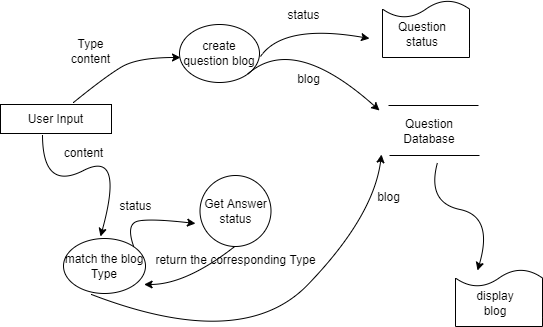
Above: Report/pic/DFD/User_upload_answer.png in Pengxiang-Huang/CSC4001_Project (draw.io), before the change. Source tidied: cells renumbered, new cells last; positions are measured from the earlier drawing's top-left corner, leaving out a move shared by most shapes. Its diagram source:
```xml
<mxGraphModel background="#ffffff">
  <root>
    <mxCell id="0" />
    <mxCell id="1" parent="0" />
    <mxCell id="2" value="User Input" style="rounded=0;whiteSpace=wrap;html=1;" parent="1" vertex="1">
      <mxGeometry y="104" width="111" height="29" as="geometry" />
    </mxCell>
    <mxCell id="3" style="curved=1;endArrow=classic;html=1;rounded=0;" parent="1" edge="1">
      <mxGeometry relative="1" as="geometry">
        <mxPoint x="73" y="102" as="sourcePoint" />
        <mxPoint x="180" y="57" as="targetPoint" />
        <Array as="points">
          <mxPoint x="105" y="76" />
          <mxPoint x="137" y="57" />
        </Array>
      </mxGeometry>
    </mxCell>
    <mxCell id="4" value="Type&lt;br&gt;content" style="text;html=1;align=center;verticalAlign=middle;strokeColor=none;fillColor=none;" parent="1" vertex="1">
      <mxGeometry x="65" y="35" width="49" height="32" as="geometry" />
    </mxCell>
    <mxCell id="5" value="create question blog" style="ellipse;whiteSpace=wrap;html=1;" parent="1" vertex="1">
      <mxGeometry x="179" y="24" width="80" height="58" as="geometry" />
    </mxCell>
    <mxCell id="6" style="curved=1;endArrow=classic;html=1;rounded=0;" parent="1" edge="1">
      <mxGeometry relative="1" as="geometry">
        <mxPoint x="260" y="56" as="sourcePoint" />
        <mxPoint x="369" y="38" as="targetPoint" />
        <Array as="points">
          <mxPoint x="283" y="23" />
        </Array>
      </mxGeometry>
    </mxCell>
    <mxCell id="7" value="status" style="text;html=1;align=center;verticalAlign=middle;strokeColor=none;fillColor=none;" parent="1" vertex="1">
      <mxGeometry x="282" y="6" width="42" height="18" as="geometry" />
    </mxCell>
    <mxCell id="8" style="curved=1;endArrow=classic;html=1;rounded=0;exitX=1;exitY=1;exitDx=0;exitDy=0;" parent="1" edge="1" source="5">
      <mxGeometry relative="1" as="geometry">
        <mxPoint x="379" y="110" as="targetPoint" />
        <Array as="points">
          <mxPoint x="293" y="33" />
        </Array>
      </mxGeometry>
    </mxCell>
    <mxCell id="9" value="blog" style="text;html=1;align=center;verticalAlign=middle;strokeColor=none;fillColor=none;" parent="1" vertex="1">
      <mxGeometry x="291" y="70" width="33" height="18" as="geometry" />
    </mxCell>
    <mxCell id="10" style="curved=1;endArrow=classic;html=1;rounded=0;" parent="1" edge="1">
      <mxGeometry relative="1" as="geometry">
        <mxPoint x="437" y="162" as="sourcePoint" />
        <mxPoint x="477" y="270" as="targetPoint" />
        <Array as="points">
          <mxPoint x="426" y="202" />
          <mxPoint x="493" y="216" />
        </Array>
      </mxGeometry>
    </mxCell>
    <mxCell id="11" style="curved=1;endArrow=classic;html=1;rounded=0;" parent="1" edge="1">
      <mxGeometry relative="1" as="geometry">
        <mxPoint x="42" y="134" as="sourcePoint" />
        <mxPoint x="100" y="236" as="targetPoint" />
        <Array as="points">
          <mxPoint x="42" y="191" />
          <mxPoint x="124" y="149" />
        </Array>
      </mxGeometry>
    </mxCell>
    <mxCell id="12" value="content" style="text;html=1;align=center;verticalAlign=middle;strokeColor=none;fillColor=none;" parent="1" vertex="1">
      <mxGeometry x="58" y="144" width="49" height="18" as="geometry" />
    </mxCell>
    <mxCell id="13" value="match the blog Type" style="ellipse;whiteSpace=wrap;html=1;" parent="1" vertex="1">
      <mxGeometry x="63" y="238" width="82" height="55" as="geometry" />
    </mxCell>
    <mxCell id="14" style="curved=1;endArrow=classic;html=1;rounded=0;exitX=1;exitY=0;exitDx=0;exitDy=0;" parent="1" edge="1" source="13">
      <mxGeometry relative="1" as="geometry">
        <mxPoint x="195" y="223" as="targetPoint" />
        <Array as="points">
          <mxPoint x="125" y="223" />
          <mxPoint x="151" y="218" />
        </Array>
      </mxGeometry>
    </mxCell>
    <mxCell id="15" value="status" style="text;html=1;align=center;verticalAlign=middle;strokeColor=none;fillColor=none;" parent="1" vertex="1">
      <mxGeometry x="114" y="197" width="42" height="18" as="geometry" />
    </mxCell>
    <mxCell id="16" style="curved=1;endArrow=classic;html=1;rounded=0;entryX=0.983;entryY=0.836;entryDx=0;entryDy=0;entryPerimeter=0;" parent="1" edge="1" target="13">
      <mxGeometry relative="1" as="geometry">
        <mxPoint x="238" y="243" as="sourcePoint" />
        <Array as="points">
          <mxPoint x="187" y="284" />
        </Array>
      </mxGeometry>
    </mxCell>
    <mxCell id="17" value="return the corresponding Type" style="text;html=1;align=center;verticalAlign=middle;strokeColor=none;fillColor=none;" parent="1" vertex="1">
      <mxGeometry x="150" y="251" width="170" height="18" as="geometry" />
    </mxCell>
    <mxCell id="18" style="curved=1;endArrow=classic;html=1;rounded=0;" parent="1" edge="1">
      <mxGeometry relative="1" as="geometry">
        <mxPoint x="91" y="294" as="sourcePoint" />
        <mxPoint x="381" y="154" as="targetPoint" />
        <Array as="points">
          <mxPoint x="242" y="352" />
          <mxPoint x="373" y="216" />
        </Array>
      </mxGeometry>
    </mxCell>
    <mxCell id="19" value="blog" style="text;html=1;align=center;verticalAlign=middle;strokeColor=none;fillColor=none;" parent="1" vertex="1">
      <mxGeometry x="371" y="188" width="33" height="18" as="geometry" />
    </mxCell>
    <mxCell id="20" style="endArrow=none;html=1;rounded=0;" parent="1" edge="1">
      <mxGeometry relative="1" as="geometry">
        <mxPoint x="388" y="105" as="sourcePoint" />
        <mxPoint x="478" y="105" as="targetPoint" />
      </mxGeometry>
    </mxCell>
    <mxCell id="21" style="endArrow=none;html=1;rounded=0;" parent="1" edge="1">
      <mxGeometry relative="1" as="geometry">
        <mxPoint x="389" y="155" as="sourcePoint" />
        <mxPoint x="479" y="155" as="targetPoint" />
      </mxGeometry>
    </mxCell>
    <mxCell id="22" value="Question Database" style="text;html=1;strokeColor=none;fillColor=none;align=center;verticalAlign=middle;whiteSpace=wrap;rounded=0;" parent="1" vertex="1">
      <mxGeometry x="395" y="112" width="68" height="38" as="geometry" />
    </mxCell>
    <mxCell id="23" value="Get Answer status" style="ellipse;whiteSpace=wrap;html=1;" parent="1" vertex="1">
      <mxGeometry x="199.5" y="175" width="71" height="71" as="geometry" />
    </mxCell>
    <mxCell id="24" style="shape=document;whiteSpace=wrap;html=1;boundedLbl=1;rotation=-180;" parent="1" vertex="1">
      <mxGeometry x="382" width="87" height="57" as="geometry" />
    </mxCell>
    <mxCell id="25" value="Question status" style="text;html=1;strokeColor=none;fillColor=none;align=center;verticalAlign=middle;whiteSpace=wrap;rounded=0;" parent="1" vertex="1">
      <mxGeometry x="392" y="19" width="60" height="30" as="geometry" />
    </mxCell>
    <mxCell id="26" style="shape=document;whiteSpace=wrap;html=1;boundedLbl=1;rotation=-180;" parent="1" vertex="1">
      <mxGeometry x="455" y="269" width="87" height="57" as="geometry" />
    </mxCell>
    <mxCell id="27" value="display blog" style="text;html=1;strokeColor=none;fillColor=none;align=center;verticalAlign=middle;whiteSpace=wrap;rounded=0;" parent="1" vertex="1">
      <mxGeometry x="465" y="288" width="60" height="30" as="geometry" />
    </mxCell>
  </root>
</mxGraphModel>
```
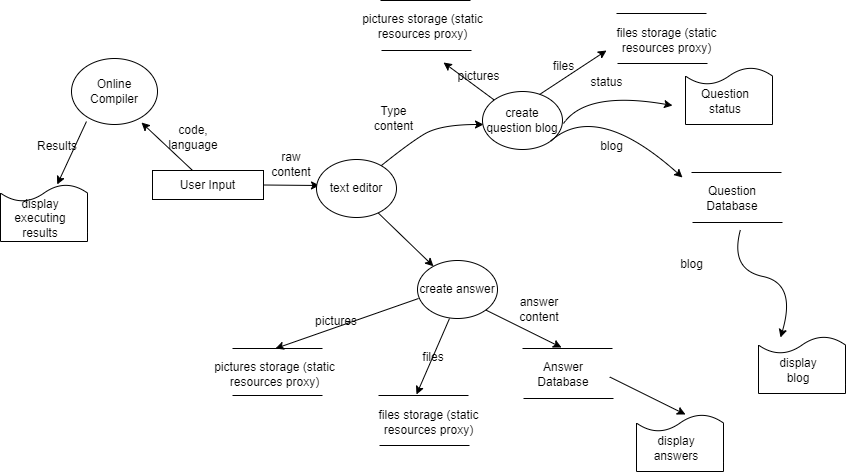
Above is the later version.

Diff of the diagram source:
```diff
@@ -3,7 +3,7 @@
     <mxCell id="0" />
     <mxCell id="1" parent="0" />
     <mxCell id="2" value="User Input" style="rounded=0;whiteSpace=wrap;html=1;" parent="1" vertex="1">
-      <mxGeometry y="104" width="111" height="29" as="geometry" />
+      <mxGeometry x="-151" y="103" width="111" height="29" as="geometry" />
     </mxCell>
     <mxCell id="3" style="curved=1;endArrow=classic;html=1;rounded=0;" parent="1" edge="1">
       <mxGeometry relative="1" as="geometry">
@@ -54,55 +54,6 @@
         </Array>
       </mxGeometry>
     </mxCell>
-    <mxCell id="11" style="curved=1;endArrow=classic;html=1;rounded=0;" parent="1" edge="1">
-      <mxGeometry relative="1" as="geometry">
-        <mxPoint x="42" y="134" as="sourcePoint" />
-        <mxPoint x="100" y="236" as="targetPoint" />
-        <Array as="points">
-          <mxPoint x="42" y="191" />
-          <mxPoint x="124" y="149" />
-        </Array>
-      </mxGeometry>
-    </mxCell>
-    <mxCell id="12" value="content" style="text;html=1;align=center;verticalAlign=middle;strokeColor=none;fillColor=none;" parent="1" vertex="1">
-      <mxGeometry x="58" y="144" width="49" height="18" as="geometry" />
-    </mxCell>
-    <mxCell id="13" value="match the blog Type" style="ellipse;whiteSpace=wrap;html=1;" parent="1" vertex="1">
-      <mxGeometry x="63" y="238" width="82" height="55" as="geometry" />
-    </mxCell>
-    <mxCell id="14" style="curved=1;endArrow=classic;html=1;rounded=0;exitX=1;exitY=0;exitDx=0;exitDy=0;" parent="1" edge="1" source="13">
-      <mxGeometry relative="1" as="geometry">
-        <mxPoint x="195" y="223" as="targetPoint" />
-        <Array as="points">
-          <mxPoint x="125" y="223" />
-          <mxPoint x="151" y="218" />
-        </Array>
-      </mxGeometry>
-    </mxCell>
-    <mxCell id="15" value="status" style="text;html=1;align=center;verticalAlign=middle;strokeColor=none;fillColor=none;" parent="1" vertex="1">
-      <mxGeometry x="114" y="197" width="42" height="18" as="geometry" />
-    </mxCell>
-    <mxCell id="16" style="curved=1;endArrow=classic;html=1;rounded=0;entryX=0.983;entryY=0.836;entryDx=0;entryDy=0;entryPerimeter=0;" parent="1" edge="1" target="13">
-      <mxGeometry relative="1" as="geometry">
-        <mxPoint x="238" y="243" as="sourcePoint" />
-        <Array as="points">
-          <mxPoint x="187" y="284" />
-        </Array>
-      </mxGeometry>
-    </mxCell>
-    <mxCell id="17" value="return the corresponding Type" style="text;html=1;align=center;verticalAlign=middle;strokeColor=none;fillColor=none;" parent="1" vertex="1">
-      <mxGeometry x="150" y="251" width="170" height="18" as="geometry" />
-    </mxCell>
-    <mxCell id="18" style="curved=1;endArrow=classic;html=1;rounded=0;" parent="1" edge="1">
-      <mxGeometry relative="1" as="geometry">
-        <mxPoint x="91" y="294" as="sourcePoint" />
-        <mxPoint x="381" y="154" as="targetPoint" />
-        <Array as="points">
-          <mxPoint x="242" y="352" />
-          <mxPoint x="373" y="216" />
-        </Array>
-      </mxGeometry>
-    </mxCell>
     <mxCell id="19" value="blog" style="text;html=1;align=center;verticalAlign=middle;strokeColor=none;fillColor=none;" parent="1" vertex="1">
       <mxGeometry x="371" y="188" width="33" height="18" as="geometry" />
     </mxCell>
@@ -121,9 +72,6 @@
     <mxCell id="22" value="Question Database" style="text;html=1;strokeColor=none;fillColor=none;align=center;verticalAlign=middle;whiteSpace=wrap;rounded=0;" parent="1" vertex="1">
       <mxGeometry x="395" y="112" width="68" height="38" as="geometry" />
     </mxCell>
-    <mxCell id="23" value="Get Answer status" style="ellipse;whiteSpace=wrap;html=1;" parent="1" vertex="1">
-      <mxGeometry x="199.5" y="175" width="71" height="71" as="geometry" />
-    </mxCell>
     <mxCell id="24" style="shape=document;whiteSpace=wrap;html=1;boundedLbl=1;rotation=-180;" parent="1" vertex="1">
       <mxGeometry x="382" width="87" height="57" as="geometry" />
     </mxCell>
@@ -136,5 +84,172 @@
     <mxCell id="27" value="display blog" style="text;html=1;strokeColor=none;fillColor=none;align=center;verticalAlign=middle;whiteSpace=wrap;rounded=0;" parent="1" vertex="1">
       <mxGeometry x="465" y="288" width="60" height="30" as="geometry" />
     </mxCell>
+    <mxCell id="28" style="endArrow=none;html=1;rounded=0;" parent="1" edge="1">
+      <mxGeometry relative="1" as="geometry">
+        <mxPoint x="313" y="-54" as="sourcePoint" />
+        <mxPoint x="403" y="-54" as="targetPoint" />
+      </mxGeometry>
+    </mxCell>
+    <mxCell id="29" style="endArrow=none;html=1;rounded=0;" parent="1" edge="1">
+      <mxGeometry relative="1" as="geometry">
+        <mxPoint x="314" y="-4" as="sourcePoint" />
+        <mxPoint x="404" y="-4" as="targetPoint" />
+      </mxGeometry>
+    </mxCell>
+    <mxCell id="30" value="files storage (static resources proxy)" style="text;html=1;strokeColor=none;fillColor=none;align=center;verticalAlign=middle;whiteSpace=wrap;rounded=0;" parent="1" vertex="1">
+      <mxGeometry x="310" y="-46" width="107" height="38" as="geometry" />
+    </mxCell>
+    <mxCell id="31" style="endArrow=none;html=1;rounded=0;" parent="1" edge="1">
+      <mxGeometry relative="1" as="geometry">
+        <mxPoint x="77" y="-67" as="sourcePoint" />
+        <mxPoint x="167" y="-67" as="targetPoint" />
+      </mxGeometry>
+    </mxCell>
+    <mxCell id="32" style="endArrow=none;html=1;rounded=0;" parent="1" edge="1">
+      <mxGeometry relative="1" as="geometry">
+        <mxPoint x="78" y="-17" as="sourcePoint" />
+        <mxPoint x="168" y="-17" as="targetPoint" />
+      </mxGeometry>
+    </mxCell>
+    <mxCell id="33" value="pictures storage (static resources proxy)" style="text;html=1;strokeColor=none;fillColor=none;align=center;verticalAlign=middle;whiteSpace=wrap;rounded=0;" parent="1" vertex="1">
+      <mxGeometry x="58" y="-60" width="123" height="38" as="geometry" />
+    </mxCell>
+    <mxCell id="34" style="endArrow=classic;html=1;rounded=0;exitX=0;exitY=0;exitDx=0;exitDy=0;" parent="1" edge="1" source="5">
+      <mxGeometry relative="1" as="geometry">
+        <mxPoint x="140" y="-5" as="targetPoint" />
+      </mxGeometry>
+    </mxCell>
+    <mxCell id="35" style="endArrow=classic;html=1;rounded=0;exitX=0.713;exitY=0.052;exitDx=0;exitDy=0;exitPerimeter=0;" parent="1" edge="1" source="5">
+      <mxGeometry relative="1" as="geometry">
+        <mxPoint x="303" y="-17" as="targetPoint" />
+      </mxGeometry>
+    </mxCell>
+    <mxCell id="36" value="files" style="text;html=1;align=center;verticalAlign=middle;strokeColor=none;fillColor=none;" parent="1" vertex="1">
+      <mxGeometry x="244" y="-10" width="31" height="18" as="geometry" />
+    </mxCell>
+    <mxCell id="37" value="pictures" style="text;html=1;align=center;verticalAlign=middle;strokeColor=none;fillColor=none;" parent="1" vertex="1">
+      <mxGeometry x="149" width="52" height="18" as="geometry" />
+    </mxCell>
+    <mxCell id="38" value="create answer" style="ellipse;whiteSpace=wrap;html=1;" parent="1" vertex="1">
+      <mxGeometry x="114" y="193" width="80" height="58" as="geometry" />
+    </mxCell>
+    <mxCell id="39" style="endArrow=classic;html=1;rounded=0;" parent="1" edge="1" target="38">
+      <mxGeometry relative="1" as="geometry">
+        <mxPoint x="67" y="138" as="sourcePoint" />
+      </mxGeometry>
+    </mxCell>
+    <mxCell id="40" style="endArrow=none;html=1;rounded=0;" parent="1" edge="1">
+      <mxGeometry relative="1" as="geometry">
+        <mxPoint x="219" y="281" as="sourcePoint" />
+        <mxPoint x="309" y="281" as="targetPoint" />
+      </mxGeometry>
+    </mxCell>
+    <mxCell id="41" style="endArrow=none;html=1;rounded=0;" parent="1" edge="1">
+      <mxGeometry relative="1" as="geometry">
+        <mxPoint x="220" y="331" as="sourcePoint" />
+        <mxPoint x="310" y="331" as="targetPoint" />
+      </mxGeometry>
+    </mxCell>
+    <mxCell id="42" value="Answer Database" style="text;html=1;strokeColor=none;fillColor=none;align=center;verticalAlign=middle;whiteSpace=wrap;rounded=0;" parent="1" vertex="1">
+      <mxGeometry x="226" y="288" width="68" height="38" as="geometry" />
+    </mxCell>
+    <mxCell id="43" style="endArrow=classic;html=1;rounded=0;exitX=1;exitY=1;exitDx=0;exitDy=0;" parent="1" edge="1" source="38">
+      <mxGeometry relative="1" as="geometry">
+        <mxPoint x="258" y="280" as="targetPoint" />
+      </mxGeometry>
+    </mxCell>
+    <mxCell id="44" style="shape=document;whiteSpace=wrap;html=1;boundedLbl=1;rotation=-180;" parent="1" vertex="1">
+      <mxGeometry x="333" y="347" width="87" height="57" as="geometry" />
+    </mxCell>
+    <mxCell id="45" value="display answers" style="text;html=1;strokeColor=none;fillColor=none;align=center;verticalAlign=middle;whiteSpace=wrap;rounded=0;" parent="1" vertex="1">
+      <mxGeometry x="343" y="366" width="60" height="30" as="geometry" />
+    </mxCell>
+    <mxCell id="46" style="endArrow=classic;html=1;rounded=0;exitX=1;exitY=1;exitDx=0;exitDy=0;" parent="1" edge="1">
+      <mxGeometry relative="1" as="geometry">
+        <mxPoint x="306.3" y="309.5" as="sourcePoint" />
+        <mxPoint x="382" y="347" as="targetPoint" />
+      </mxGeometry>
+    </mxCell>
+    <mxCell id="47" value="answer content" style="text;html=1;strokeColor=none;fillColor=none;align=center;verticalAlign=middle;whiteSpace=wrap;rounded=0;" parent="1" vertex="1">
+      <mxGeometry x="206" y="227" width="60" height="30" as="geometry" />
+    </mxCell>
+    <mxCell id="48" style="endArrow=none;html=1;rounded=0;" parent="1" edge="1">
+      <mxGeometry relative="1" as="geometry">
+        <mxPoint x="-71" y="281" as="sourcePoint" />
+        <mxPoint x="19" y="281" as="targetPoint" />
+      </mxGeometry>
+    </mxCell>
+    <mxCell id="49" value="pictures storage (static resources proxy)" style="text;html=1;strokeColor=none;fillColor=none;align=center;verticalAlign=middle;whiteSpace=wrap;rounded=0;" parent="1" vertex="1">
+      <mxGeometry x="-90" y="288" width="123" height="38" as="geometry" />
+    </mxCell>
+    <mxCell id="50" style="endArrow=none;html=1;rounded=0;" parent="1" edge="1">
+      <mxGeometry relative="1" as="geometry">
+        <mxPoint x="75" y="328" as="sourcePoint" />
+        <mxPoint x="165" y="328" as="targetPoint" />
+      </mxGeometry>
+    </mxCell>
+    <mxCell id="51" style="endArrow=none;html=1;rounded=0;" parent="1" edge="1">
+      <mxGeometry relative="1" as="geometry">
+        <mxPoint x="76" y="378" as="sourcePoint" />
+        <mxPoint x="166" y="378" as="targetPoint" />
+      </mxGeometry>
+    </mxCell>
+    <mxCell id="52" value="files storage (static resources proxy)" style="text;html=1;strokeColor=none;fillColor=none;align=center;verticalAlign=middle;whiteSpace=wrap;rounded=0;" parent="1" vertex="1">
+      <mxGeometry x="72" y="336" width="107" height="38" as="geometry" />
+    </mxCell>
+    <mxCell id="53" style="endArrow=classic;html=1;rounded=0;exitX=0.013;exitY=0.655;exitDx=0;exitDy=0;exitPerimeter=0;" parent="1" edge="1" source="38">
+      <mxGeometry relative="1" as="geometry">
+        <mxPoint x="-28" y="281" as="targetPoint" />
+      </mxGeometry>
+    </mxCell>
+    <mxCell id="54" style="endArrow=none;html=1;rounded=0;" parent="1" edge="1">
+      <mxGeometry relative="1" as="geometry">
+        <mxPoint x="-71" y="328" as="sourcePoint" />
+        <mxPoint x="19" y="328" as="targetPoint" />
+      </mxGeometry>
+    </mxCell>
+    <mxCell id="55" style="endArrow=classic;html=1;rounded=0;exitX=0.4;exitY=1;exitDx=0;exitDy=0;exitPerimeter=0;" parent="1" edge="1" source="38">
+      <mxGeometry relative="1" as="geometry">
+        <mxPoint x="113" y="327" as="targetPoint" />
+      </mxGeometry>
+    </mxCell>
+    <mxCell id="56" value="pictures&lt;span style=&quot;color: rgba(0 , 0 , 0 , 0) ; font-family: monospace ; font-size: 0px&quot;&gt;%3CmxGraphModel%3E%3Croot%3E%3CmxCell%20id%3D%220%22%2F%3E%3CmxCell%20id%3D%221%22%20parent%3D%220%22%2F%3E%3CmxCell%20id%3D%222%22%20value%3D%22%22%20style%3D%22endArrow%3Dnone%3Bhtml%3D1%3Brounded%3D0%3B%22%20edge%3D%221%22%20parent%3D%221%22%3E%3CmxGeometry%20width%3D%2250%22%20height%3D%2250%22%20relative%3D%221%22%20as%3D%22geometry%22%3E%3CmxPoint%20x%3D%2267%22%20y%3D%22419%22%20as%3D%22sourcePoint%22%2F%3E%3CmxPoint%20x%3D%22157%22%20y%3D%22419%22%20as%3D%22targetPoint%22%2F%3E%3C%2FmxGeometry%3E%3C%2FmxCell%3E%3C%2Froot%3E%3C%2FmxGraphModel%3E&lt;/span&gt;" style="text;html=1;strokeColor=none;fillColor=none;align=center;verticalAlign=middle;whiteSpace=wrap;rounded=0;" parent="1" vertex="1">
+      <mxGeometry x="3" y="239" width="60" height="30" as="geometry" />
+    </mxCell>
+    <mxCell id="57" value="files" style="text;html=1;strokeColor=none;fillColor=none;align=center;verticalAlign=middle;whiteSpace=wrap;rounded=0;" parent="1" vertex="1">
+      <mxGeometry x="100" y="275" width="60" height="30" as="geometry" />
+    </mxCell>
+    <mxCell id="58" style="endArrow=classic;html=1;rounded=0;exitX=1;exitY=0.5;exitDx=0;exitDy=0;" parent="1" edge="1" source="2">
+      <mxGeometry relative="1" as="geometry">
+        <mxPoint x="16" y="118" as="targetPoint" />
+      </mxGeometry>
+    </mxCell>
+    <mxCell id="59" value="raw content" style="text;html=1;strokeColor=none;fillColor=none;align=center;verticalAlign=middle;whiteSpace=wrap;rounded=0;" parent="1" vertex="1">
+      <mxGeometry x="-42" y="82" width="60" height="30" as="geometry" />
+    </mxCell>
+    <mxCell id="60" value="text editor" style="ellipse;whiteSpace=wrap;html=1;" parent="1" vertex="1">
+      <mxGeometry x="13" y="92" width="80" height="58" as="geometry" />
+    </mxCell>
+    <mxCell id="61" value="Online Compiler" style="ellipse;whiteSpace=wrap;html=1;" parent="1" vertex="1">
+      <mxGeometry x="-232" y="-9" width="86" height="66" as="geometry" />
+    </mxCell>
+    <mxCell id="62" style="endArrow=classic;html=1;rounded=0;entryX=0.814;entryY=0.97;entryDx=0;entryDy=0;entryPerimeter=0;" parent="1" edge="1" source="2" target="61">
+      <mxGeometry relative="1" as="geometry" />
+    </mxCell>
+    <mxCell id="63" value="code, language" style="text;html=1;strokeColor=none;fillColor=none;align=center;verticalAlign=middle;whiteSpace=wrap;rounded=0;" parent="1" vertex="1">
+      <mxGeometry x="-140" y="55" width="60" height="30" as="geometry" />
+    </mxCell>
+    <mxCell id="64" style="shape=document;whiteSpace=wrap;html=1;boundedLbl=1;rotation=-180;" parent="1" vertex="1">
+      <mxGeometry x="-303" y="117" width="87" height="57" as="geometry" />
+    </mxCell>
+    <mxCell id="65" value="display executing results" style="text;html=1;strokeColor=none;fillColor=none;align=center;verticalAlign=middle;whiteSpace=wrap;rounded=0;" parent="1" vertex="1">
+      <mxGeometry x="-293" y="136" width="60" height="30" as="geometry" />
+    </mxCell>
+    <mxCell id="66" style="endArrow=classic;html=1;rounded=0;exitX=0.174;exitY=0.955;exitDx=0;exitDy=0;exitPerimeter=0;" parent="1" edge="1" source="61" target="64">
+      <mxGeometry relative="1" as="geometry" />
+    </mxCell>
+    <mxCell id="67" value="Results" style="text;html=1;strokeColor=none;fillColor=none;align=center;verticalAlign=middle;whiteSpace=wrap;rounded=0;" parent="1" vertex="1">
+      <mxGeometry x="-276" y="64" width="60" height="30" as="geometry" />
+    </mxCell>
   </root>
 </mxGraphModel>
```
